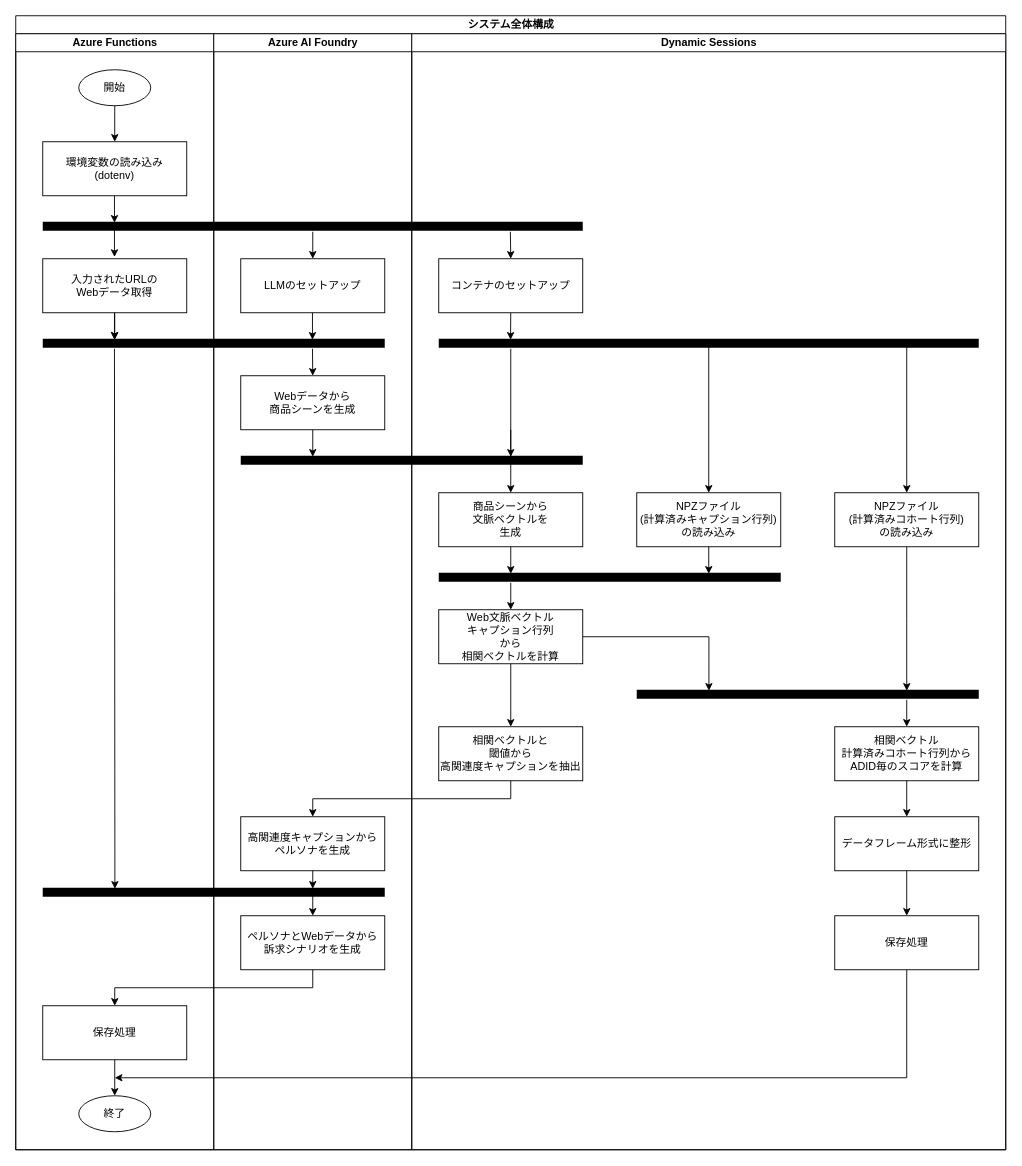
AI-Datascience/Cohort_AI_Agent keeps this draw.io diagram as cohort_match_agent.drawio. Above is the earlier version. Source tidied: cells renumbered, new cells numbered last; positions are measured from the earlier drawing's top-left corner, leaving out a move shared by most shapes. Both pictures are drawn from the tidied source at 90%, with x=0, y=0 at pixel (15, 15).
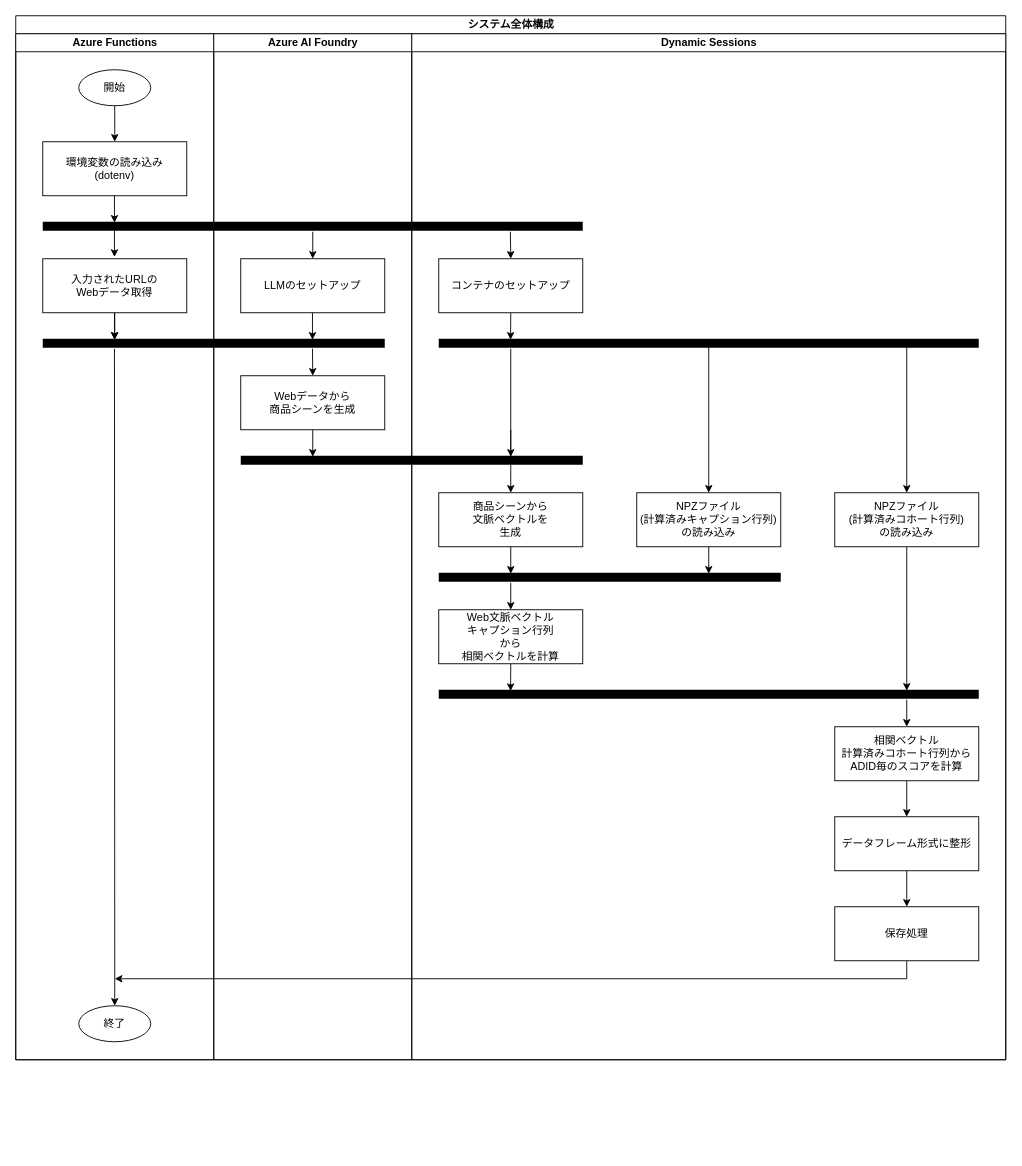
Above is the later version.

The change refers to these unchanged cells:
```xml
<mxCell id="39" value="Web文脈ベクトル&lt;br&gt;キャプション行列&lt;br&gt;から&lt;br&gt;相関ベクトルを計算" style="rounded=0;whiteSpace=wrap;html=1;" parent="31" vertex="1">
  <mxGeometry x="30" y="640" width="160" height="60" as="geometry" />
</mxCell>
```

Diff of the diagram source:
```diff
@@
     <mxCell id="2" value="システム全体構成" style="swimlane;startSize=20;html=1;" parent="1" vertex="1">
-      <mxGeometry width="1100" height="1260" as="geometry" />
+      <mxGeometry width="1100" height="1160" as="geometry" />
     </mxCell>
     <mxCell id="3" value="Azure Functions" style="swimlane;startSize=20;html=1;" parent="2" vertex="1">
-      <mxGeometry y="20" width="220" height="1240" as="geometry" />
+      <mxGeometry y="20" width="220" height="1140" as="geometry" />
     </mxCell>
-    <mxCell id="4" value="保存処理" style="rounded=0;whiteSpace=wrap;html=1;" parent="3" vertex="1">
-      <mxGeometry x="30" y="1080" width="160" height="60" as="geometry" />
-    </mxCell>
@@
     <mxCell id="11" value="終了" style="ellipse;whiteSpace=wrap;html=1;" parent="3" vertex="1">
-      <mxGeometry x="70" y="1180" width="80" height="40" as="geometry" />
+      <mxGeometry x="70" y="1080" width="80" height="40" as="geometry" />
     </mxCell>
-    <mxCell id="12" style="edgeStyle=orthogonalEdgeStyle;rounded=0;jettySize=auto;html=1;exitX=0.5;exitY=1;exitDx=0;exitDy=0;entryX=0.5;entryY=0;entryDx=0;entryDy=0;" parent="3" edge="1" source="4" target="11">
-      <mxGeometry relative="1" as="geometry" />
-    </mxCell>
@@
-    <mxCell id="15" style="endArrow=classic;html=1;rounded=0;entryX=0.211;entryY=0;entryDx=0;entryDy=0;entryPerimeter=0;" parent="3" edge="1" target="27">
+    <mxCell id="15" style="endArrow=classic;html=1;rounded=0;entryX=0.5;entryY=0;entryDx=0;entryDy=0;" parent="3" edge="1" target="11">
       <mxGeometry relative="1" as="geometry">
         <mxPoint x="109.7" y="350" as="sourcePoint" />
       </mxGeometry>
     </mxCell>
@@
     <mxCell id="19" value="Azure AI Foundry" style="swimlane;startSize=20;html=1;" parent="2" vertex="1">
-      <mxGeometry x="220" y="20" width="220" height="1240" as="geometry" />
+      <mxGeometry x="220" y="20" width="220" height="1140" as="geometry" />
     </mxCell>
@@
-    <mxCell id="23" value="高関連度キャプションから&lt;br&gt;ペルソナを生成" style="rounded=0;whiteSpace=wrap;html=1;" parent="19" vertex="1">
-      <mxGeometry x="30" y="870" width="160" height="60" as="geometry" />
-    </mxCell>
@@
-    <mxCell id="25" value="ペルソナとWebデータから&lt;br&gt;訴求シナリオを生成" style="rounded=0;whiteSpace=wrap;html=1;" parent="19" vertex="1">
-      <mxGeometry x="30" y="980" width="160" height="60" as="geometry" />
-    </mxCell>
-    <mxCell id="26" style="edgeStyle=orthogonalEdgeStyle;rounded=0;jettySize=auto;html=1;exitX=0.5;exitY=1;exitDx=0;exitDy=0;" parent="19" edge="1" source="23">
-      <mxGeometry relative="1" as="geometry">
-        <mxPoint x="110" y="950" as="targetPoint" />
-      </mxGeometry>
-    </mxCell>
-    <mxCell id="27" style="line;strokeWidth=10;fillColor=none;align=left;verticalAlign=middle;spacingTop=-1;spacingLeft=3;spacingRight=3;labelPosition=right;points=[];portConstraint=eastwest;strokeColor=inherit;" parent="19" vertex="1">
-      <mxGeometry x="-190" y="950" width="380" height="8" as="geometry" />
-    </mxCell>
@@
-    <mxCell id="30" style="endArrow=classic;html=1;rounded=0;entryX=0.5;entryY=0;entryDx=0;entryDy=0;" parent="19" edge="1" target="25">
-      <mxGeometry relative="1" as="geometry">
-        <mxPoint x="110" y="957" as="sourcePoint" />
-      </mxGeometry>
-    </mxCell>
     <mxCell id="31" value="Dynamic Sessions" style="swimlane;startSize=20;html=1;" parent="2" vertex="1">
-      <mxGeometry x="440" y="20" width="660" height="1240" as="geometry" />
+      <mxGeometry x="440" y="20" width="660" height="1140" as="geometry" />
     </mxCell>
@@
-    <mxCell id="37" value="相関ベクトルと&lt;br&gt;閾値から&lt;br&gt;高関連度キャプションを抽出" style="rounded=0;whiteSpace=wrap;html=1;" parent="31" vertex="1">
-      <mxGeometry x="30" y="770" width="160" height="60" as="geometry" />
-    </mxCell>
-    <mxCell id="38" style="edgeStyle=orthogonalEdgeStyle;rounded=0;jettySize=auto;html=1;exitX=0.5;exitY=1;exitDx=0;exitDy=0;entryX=0.5;entryY=0;entryDx=0;entryDy=0;" parent="31" edge="1" source="39" target="37">
-      <mxGeometry relative="1" as="geometry" />
-    </mxCell>
+    <mxCell id="57" style="edgeStyle=orthogonalEdgeStyle;rounded=0;jettySize=auto;html=1;exitX=0.5;exitY=1;exitDx=0;exitDy=0;entryX=0.133;entryY=0.042;entryDx=0;entryDy=0;entryPerimeter=0;" parent="31" edge="1" source="39" target="54">
+      <mxGeometry relative="1" as="geometry" />
+    </mxCell>
@@
-    <mxCell id="46" style="edgeStyle=orthogonalEdgeStyle;rounded=0;jettySize=auto;html=1;exitX=0.5;exitY=1;exitDx=0;exitDy=0;" parent="31" edge="1" source="47">
-      <mxGeometry relative="1" as="geometry">
-        <mxPoint x="-330" y="1160" as="targetPoint" />
-        <Array as="points">
-          <mxPoint x="550" y="1160" />
-          <mxPoint x="-330" y="1160" />
-        </Array>
-      </mxGeometry>
-    </mxCell>
+    <mxCell id="62" style="edgeStyle=orthogonalEdgeStyle;rounded=0;jettySize=auto;html=1;exitX=0.5;exitY=1;exitDx=0;exitDy=0;" parent="31" edge="1" source="47">
+      <mxGeometry relative="1" as="geometry">
+        <mxPoint x="-330" y="1050" as="targetPoint" />
+        <Array as="points">
+          <mxPoint x="550" y="1050" />
+          <mxPoint x="-330" y="1050" />
+        </Array>
+      </mxGeometry>
+    </mxCell>
     <mxCell id="47" value="保存処理" style="rounded=0;whiteSpace=wrap;html=1;" parent="31" vertex="1">
-      <mxGeometry x="470" y="980" width="160" height="60" as="geometry" />
+      <mxGeometry x="470" y="970" width="160" height="60" as="geometry" />
     </mxCell>
@@
     <mxCell id="54" style="line;strokeWidth=10;fillColor=none;align=left;verticalAlign=middle;spacingTop=-1;spacingLeft=3;spacingRight=3;labelPosition=right;points=[];portConstraint=eastwest;strokeColor=inherit;" parent="31" vertex="1">
-      <mxGeometry x="250" y="730" width="380" height="8" as="geometry" />
+      <mxGeometry x="30" y="730" width="600" height="8" as="geometry" />
     </mxCell>
@@
-    <mxCell id="57" style="edgeStyle=orthogonalEdgeStyle;rounded=0;jettySize=auto;html=1;exitX=1;exitY=0.5;exitDx=0;exitDy=0;entryX=0.211;entryY=0;entryDx=0;entryDy=0;entryPerimeter=0;" parent="31" edge="1" source="39" target="54">
-      <mxGeometry relative="1" as="geometry" />
-    </mxCell>
-    <mxCell id="58" style="edgeStyle=orthogonalEdgeStyle;rounded=0;jettySize=auto;html=1;exitX=0.5;exitY=1;exitDx=0;exitDy=0;entryX=0.5;entryY=0;entryDx=0;entryDy=0;" parent="2" edge="1" source="37" target="23">
-      <mxGeometry relative="1" as="geometry" />
-    </mxCell>
-    <mxCell id="59" style="edgeStyle=orthogonalEdgeStyle;rounded=0;jettySize=auto;html=1;exitX=0.5;exitY=1;exitDx=0;exitDy=0;entryX=0.5;entryY=0;entryDx=0;entryDy=0;" parent="2" edge="1" source="25" target="4">
-      <mxGeometry relative="1" as="geometry" />
-    </mxCell>
```
